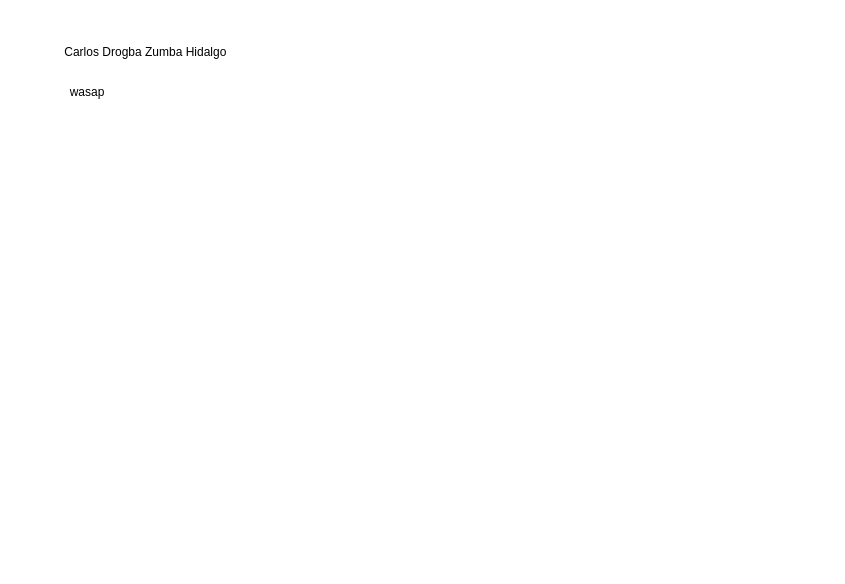
Earlier version of the draw.io diagram Ejerciciodeclase2.drawio (CarlosZumba16/Base-de-Datos-Unidad-1). Source tidied: cells renumbered, new cells numbered last; positions are measured from the earlier drawing's top-left corner, leaving out a move shared by most shapes. Both pictures are drawn from the tidied source at 100%, with x=0, y=0 at pixel (47, 37).
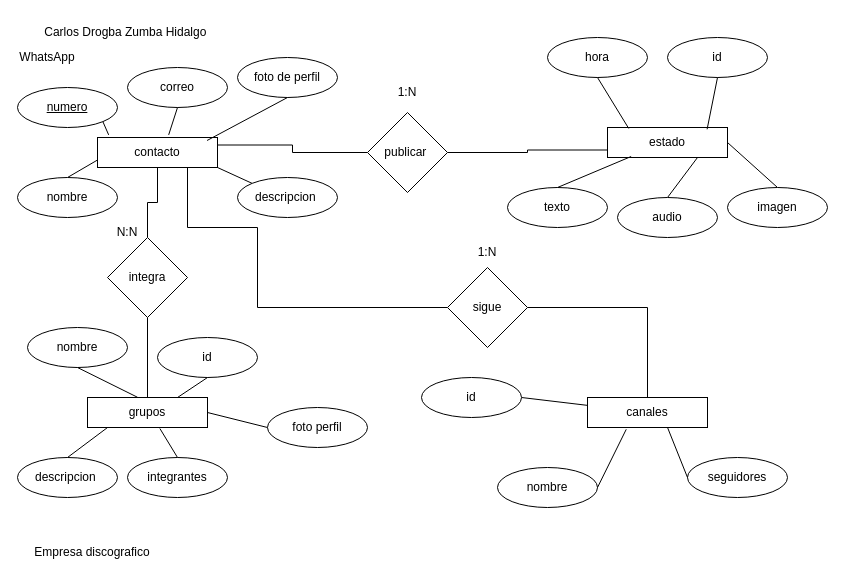
The same page after the edit.

What changed in the source:
```diff
@@
     <mxCell id="2" value="Carlos Drogba Zumba Hidalgo&amp;nbsp;" style="text;html=1;whiteSpace=wrap;strokeColor=none;fillColor=none;align=center;verticalAlign=middle;rounded=0;" parent="1" vertex="1">
-      <mxGeometry width="200" height="30" as="geometry" />
+      <mxGeometry x="-20" y="-20" width="200" height="30" as="geometry" />
     </mxCell>
-    <mxCell id="3" value="wasap" style="text;html=1;whiteSpace=wrap;strokeColor=none;fillColor=none;align=center;verticalAlign=middle;rounded=0;" parent="1" vertex="1">
-      <mxGeometry x="10" y="40" width="60" height="30" as="geometry" />
+    <mxCell id="3" value="WhatsApp" style="text;html=1;whiteSpace=wrap;strokeColor=none;fillColor=none;align=center;verticalAlign=middle;rounded=0;" parent="1" vertex="1">
+      <mxGeometry x="-30" y="5" width="60" height="30" as="geometry" />
     </mxCell>
+    <mxCell id="4" style="edgeStyle=orthogonalEdgeStyle;rounded=0;jettySize=auto;html=1;exitX=1;exitY=0.25;exitDx=0;exitDy=0;entryX=0;entryY=0.5;entryDx=0;entryDy=0;endArrow=none;endFill=0;" parent="1" edge="1" source="7" target="10">
+      <mxGeometry relative="1" as="geometry" />
+    </mxCell>
+    <mxCell id="5" style="edgeStyle=orthogonalEdgeStyle;rounded=0;jettySize=auto;html=1;exitX=0.5;exitY=1;exitDx=0;exitDy=0;entryX=0.5;entryY=0;entryDx=0;entryDy=0;endArrow=none;endFill=0;" parent="1" edge="1" source="7" target="16">
+      <mxGeometry relative="1" as="geometry" />
+    </mxCell>
+    <mxCell id="6" style="edgeStyle=orthogonalEdgeStyle;rounded=0;jettySize=auto;html=1;exitX=0.75;exitY=1;exitDx=0;exitDy=0;entryX=0;entryY=0.5;entryDx=0;entryDy=0;endArrow=none;endFill=0;" parent="1" edge="1" source="7" target="14">
+      <mxGeometry relative="1" as="geometry">
+        <Array as="points">
+          <mxPoint x="140" y="190" />
+          <mxPoint x="210" y="190" />
+          <mxPoint x="210" y="270" />
+        </Array>
+      </mxGeometry>
+    </mxCell>
+    <mxCell id="7" value="contacto" style="rounded=0;whiteSpace=wrap;html=1;" parent="1" vertex="1">
+      <mxGeometry x="50" y="100" width="120" height="30" as="geometry" />
+    </mxCell>
+    <mxCell id="8" value="estado" style="rounded=0;whiteSpace=wrap;html=1;" parent="1" vertex="1">
+      <mxGeometry x="560" y="90" width="120" height="30" as="geometry" />
+    </mxCell>
+    <mxCell id="9" style="edgeStyle=orthogonalEdgeStyle;rounded=0;jettySize=auto;html=1;exitX=1;exitY=0.5;exitDx=0;exitDy=0;entryX=0;entryY=0.75;entryDx=0;entryDy=0;endArrow=none;endFill=0;" parent="1" edge="1" source="10" target="8">
+      <mxGeometry relative="1" as="geometry" />
+    </mxCell>
+    <mxCell id="10" value="publicar&amp;nbsp;" style="rhombus;whiteSpace=wrap;html=1;" parent="1" vertex="1">
+      <mxGeometry x="320" y="75" width="80" height="80" as="geometry" />
+    </mxCell>
+    <mxCell id="11" value="canales" style="rounded=0;whiteSpace=wrap;html=1;" parent="1" vertex="1">
+      <mxGeometry x="540" y="360" width="120" height="30" as="geometry" />
+    </mxCell>
+    <mxCell id="12" value="grupos" style="rounded=0;whiteSpace=wrap;html=1;" parent="1" vertex="1">
+      <mxGeometry x="40" y="360" width="120" height="30" as="geometry" />
+    </mxCell>
+    <mxCell id="13" style="edgeStyle=orthogonalEdgeStyle;rounded=0;jettySize=auto;html=1;exitX=1;exitY=0.5;exitDx=0;exitDy=0;endArrow=none;endFill=0;" parent="1" edge="1" source="14" target="11">
+      <mxGeometry relative="1" as="geometry" />
+    </mxCell>
+    <mxCell id="14" value="sigue" style="rhombus;whiteSpace=wrap;html=1;" parent="1" vertex="1">
+      <mxGeometry x="400" y="230" width="80" height="80" as="geometry" />
+    </mxCell>
+    <mxCell id="15" style="edgeStyle=orthogonalEdgeStyle;rounded=0;jettySize=auto;html=1;exitX=0.5;exitY=1;exitDx=0;exitDy=0;endArrow=none;endFill=0;" parent="1" edge="1" source="16" target="12">
+      <mxGeometry relative="1" as="geometry" />
+    </mxCell>
+    <mxCell id="16" value="integra" style="rhombus;whiteSpace=wrap;html=1;" parent="1" vertex="1">
+      <mxGeometry x="60" y="200" width="80" height="80" as="geometry" />
+    </mxCell>
+    <mxCell id="17" value="1:N" style="text;html=1;whiteSpace=wrap;strokeColor=none;fillColor=none;align=center;verticalAlign=middle;rounded=0;" parent="1" vertex="1">
+      <mxGeometry x="330" y="40" width="60" height="30" as="geometry" />
+    </mxCell>
+    <mxCell id="18" value="1:N" style="text;html=1;whiteSpace=wrap;strokeColor=none;fillColor=none;align=center;verticalAlign=middle;rounded=0;" parent="1" vertex="1">
+      <mxGeometry x="410" y="200" width="60" height="30" as="geometry" />
+    </mxCell>
+    <mxCell id="19" value="N:N" style="text;html=1;whiteSpace=wrap;strokeColor=none;fillColor=none;align=center;verticalAlign=middle;rounded=0;" parent="1" vertex="1">
+      <mxGeometry x="50" y="180" width="60" height="30" as="geometry" />
+    </mxCell>
+    <mxCell id="20" value="&lt;u&gt;numero&lt;/u&gt;" style="ellipse;whiteSpace=wrap;html=1;align=center;newEdgeStyle={&quot;edgeStyle&quot;:&quot;entityRelationEdgeStyle&quot;,&quot;startArrow&quot;:&quot;none&quot;,&quot;endArrow&quot;:&quot;none&quot;,&quot;segment&quot;:10,&quot;curved&quot;:1,&quot;sourcePerimeterSpacing&quot;:0,&quot;targetPerimeterSpacing&quot;:0};" parent="1" vertex="1">
+      <mxGeometry x="-30" y="50" width="100" height="40" as="geometry" />
+    </mxCell>
+    <mxCell id="21" value="correo" style="ellipse;whiteSpace=wrap;html=1;align=center;newEdgeStyle={&quot;edgeStyle&quot;:&quot;entityRelationEdgeStyle&quot;,&quot;startArrow&quot;:&quot;none&quot;,&quot;endArrow&quot;:&quot;none&quot;,&quot;segment&quot;:10,&quot;curved&quot;:1,&quot;sourcePerimeterSpacing&quot;:0,&quot;targetPerimeterSpacing&quot;:0};" parent="1" vertex="1">
+      <mxGeometry x="80" y="30" width="100" height="40" as="geometry" />
+    </mxCell>
+    <mxCell id="22" style="rounded=0;jettySize=auto;html=1;startArrow=none;endArrow=none;segment=10;sourcePerimeterSpacing=0;targetPerimeterSpacing=0;exitX=0;exitY=0;exitDx=0;exitDy=0;entryX=1;entryY=1;entryDx=0;entryDy=0;" parent="1" edge="1" source="23" target="7">
+      <mxGeometry relative="1" as="geometry" />
+    </mxCell>
+    <mxCell id="23" value="descripcion&amp;nbsp;" style="ellipse;whiteSpace=wrap;html=1;align=center;newEdgeStyle={&quot;edgeStyle&quot;:&quot;entityRelationEdgeStyle&quot;,&quot;startArrow&quot;:&quot;none&quot;,&quot;endArrow&quot;:&quot;none&quot;,&quot;segment&quot;:10,&quot;curved&quot;:1,&quot;sourcePerimeterSpacing&quot;:0,&quot;targetPerimeterSpacing&quot;:0};" parent="1" vertex="1">
+      <mxGeometry x="190" y="140" width="100" height="40" as="geometry" />
+    </mxCell>
+    <mxCell id="24" value="foto de perfil" style="ellipse;whiteSpace=wrap;html=1;align=center;newEdgeStyle={&quot;edgeStyle&quot;:&quot;entityRelationEdgeStyle&quot;,&quot;startArrow&quot;:&quot;none&quot;,&quot;endArrow&quot;:&quot;none&quot;,&quot;segment&quot;:10,&quot;curved&quot;:1,&quot;sourcePerimeterSpacing&quot;:0,&quot;targetPerimeterSpacing&quot;:0};" parent="1" vertex="1">
+      <mxGeometry x="190" y="20" width="100" height="40" as="geometry" />
+    </mxCell>
+    <mxCell id="25" style="rounded=0;jettySize=auto;html=1;startArrow=none;endArrow=none;segment=10;sourcePerimeterSpacing=0;targetPerimeterSpacing=0;exitX=0.5;exitY=0;exitDx=0;exitDy=0;entryX=0;entryY=0.75;entryDx=0;entryDy=0;" parent="1" edge="1" source="26" target="7">
+      <mxGeometry relative="1" as="geometry" />
+    </mxCell>
+    <mxCell id="26" value="nombre" style="ellipse;whiteSpace=wrap;html=1;align=center;newEdgeStyle={&quot;edgeStyle&quot;:&quot;entityRelationEdgeStyle&quot;,&quot;startArrow&quot;:&quot;none&quot;,&quot;endArrow&quot;:&quot;none&quot;,&quot;segment&quot;:10,&quot;curved&quot;:1,&quot;sourcePerimeterSpacing&quot;:0,&quot;targetPerimeterSpacing&quot;:0};" parent="1" vertex="1">
+      <mxGeometry x="-30" y="140" width="100" height="40" as="geometry" />
+    </mxCell>
+    <mxCell id="27" style="rounded=0;jettySize=auto;html=1;startArrow=none;endArrow=none;segment=10;sourcePerimeterSpacing=0;targetPerimeterSpacing=0;exitX=1;exitY=1;exitDx=0;exitDy=0;entryX=0.093;entryY=-0.087;entryDx=0;entryDy=0;entryPerimeter=0;" parent="1" edge="1" source="20" target="7">
+      <mxGeometry relative="1" as="geometry" />
+    </mxCell>
+    <mxCell id="28" style="rounded=0;jettySize=auto;html=1;startArrow=none;endArrow=none;segment=10;sourcePerimeterSpacing=0;targetPerimeterSpacing=0;exitX=0.5;exitY=1;exitDx=0;exitDy=0;entryX=0.593;entryY=-0.087;entryDx=0;entryDy=0;entryPerimeter=0;" parent="1" edge="1" source="21" target="7">
+      <mxGeometry relative="1" as="geometry" />
+    </mxCell>
+    <mxCell id="29" style="rounded=0;jettySize=auto;html=1;startArrow=none;endArrow=none;segment=10;sourcePerimeterSpacing=0;targetPerimeterSpacing=0;exitX=0.5;exitY=1;exitDx=0;exitDy=0;entryX=0.913;entryY=0.1;entryDx=0;entryDy=0;entryPerimeter=0;" parent="1" edge="1" source="24" target="7">
+      <mxGeometry relative="1" as="geometry" />
+    </mxCell>
+    <mxCell id="30" value="id" style="ellipse;whiteSpace=wrap;html=1;align=center;newEdgeStyle={&quot;edgeStyle&quot;:&quot;entityRelationEdgeStyle&quot;,&quot;startArrow&quot;:&quot;none&quot;,&quot;endArrow&quot;:&quot;none&quot;,&quot;segment&quot;:10,&quot;curved&quot;:1,&quot;sourcePerimeterSpacing&quot;:0,&quot;targetPerimeterSpacing&quot;:0};" parent="1" vertex="1">
+      <mxGeometry x="620" width="100" height="40" as="geometry" />
+    </mxCell>
+    <mxCell id="31" value="hora" style="ellipse;whiteSpace=wrap;html=1;align=center;newEdgeStyle={&quot;edgeStyle&quot;:&quot;entityRelationEdgeStyle&quot;,&quot;startArrow&quot;:&quot;none&quot;,&quot;endArrow&quot;:&quot;none&quot;,&quot;segment&quot;:10,&quot;curved&quot;:1,&quot;sourcePerimeterSpacing&quot;:0,&quot;targetPerimeterSpacing&quot;:0};" parent="1" vertex="1">
+      <mxGeometry x="500" width="100" height="40" as="geometry" />
+    </mxCell>
+    <mxCell id="32" value="texto" style="ellipse;whiteSpace=wrap;html=1;align=center;newEdgeStyle={&quot;edgeStyle&quot;:&quot;entityRelationEdgeStyle&quot;,&quot;startArrow&quot;:&quot;none&quot;,&quot;endArrow&quot;:&quot;none&quot;,&quot;segment&quot;:10,&quot;curved&quot;:1,&quot;sourcePerimeterSpacing&quot;:0,&quot;targetPerimeterSpacing&quot;:0};" parent="1" vertex="1">
+      <mxGeometry x="460" y="150" width="100" height="40" as="geometry" />
+    </mxCell>
+    <mxCell id="33" style="rounded=0;jettySize=auto;html=1;startArrow=none;endArrow=none;segment=10;sourcePerimeterSpacing=0;targetPerimeterSpacing=0;exitX=0.5;exitY=0;exitDx=0;exitDy=0;entryX=0.75;entryY=1;entryDx=0;entryDy=0;" parent="1" edge="1" source="34" target="8">
+      <mxGeometry relative="1" as="geometry" />
+    </mxCell>
+    <mxCell id="34" value="audio" style="ellipse;whiteSpace=wrap;html=1;align=center;newEdgeStyle={&quot;edgeStyle&quot;:&quot;entityRelationEdgeStyle&quot;,&quot;startArrow&quot;:&quot;none&quot;,&quot;endArrow&quot;:&quot;none&quot;,&quot;segment&quot;:10,&quot;curved&quot;:1,&quot;sourcePerimeterSpacing&quot;:0,&quot;targetPerimeterSpacing&quot;:0};" parent="1" vertex="1">
+      <mxGeometry x="570" y="160" width="100" height="40" as="geometry" />
+    </mxCell>
+    <mxCell id="35" style="rounded=0;jettySize=auto;html=1;startArrow=none;endArrow=none;segment=10;sourcePerimeterSpacing=0;targetPerimeterSpacing=0;exitX=0.5;exitY=0;exitDx=0;exitDy=0;entryX=1;entryY=0.5;entryDx=0;entryDy=0;" parent="1" edge="1" source="36" target="8">
+      <mxGeometry relative="1" as="geometry" />
+    </mxCell>
+    <mxCell id="36" value="imagen" style="ellipse;whiteSpace=wrap;html=1;align=center;newEdgeStyle={&quot;edgeStyle&quot;:&quot;entityRelationEdgeStyle&quot;,&quot;startArrow&quot;:&quot;none&quot;,&quot;endArrow&quot;:&quot;none&quot;,&quot;segment&quot;:10,&quot;curved&quot;:1,&quot;sourcePerimeterSpacing&quot;:0,&quot;targetPerimeterSpacing&quot;:0};" parent="1" vertex="1">
+      <mxGeometry x="680" y="150" width="100" height="40" as="geometry" />
+    </mxCell>
+    <mxCell id="37" style="rounded=0;jettySize=auto;html=1;startArrow=none;endArrow=none;segment=10;sourcePerimeterSpacing=0;targetPerimeterSpacing=0;exitX=0.5;exitY=1;exitDx=0;exitDy=0;entryX=0.177;entryY=0.033;entryDx=0;entryDy=0;entryPerimeter=0;" parent="1" edge="1" source="31" target="8">
+      <mxGeometry relative="1" as="geometry" />
+    </mxCell>
+    <mxCell id="38" style="rounded=0;jettySize=auto;html=1;startArrow=none;endArrow=none;segment=10;sourcePerimeterSpacing=0;targetPerimeterSpacing=0;exitX=0.5;exitY=1;exitDx=0;exitDy=0;entryX=0.83;entryY=0.06;entryDx=0;entryDy=0;entryPerimeter=0;" parent="1" edge="1" source="30" target="8">
+      <mxGeometry relative="1" as="geometry" />
+    </mxCell>
+    <mxCell id="39" style="rounded=0;jettySize=auto;html=1;startArrow=none;endArrow=none;segment=10;sourcePerimeterSpacing=0;targetPerimeterSpacing=0;exitX=0.5;exitY=0;exitDx=0;exitDy=0;entryX=0.197;entryY=0.967;entryDx=0;entryDy=0;entryPerimeter=0;" parent="1" edge="1" source="32" target="8">
+      <mxGeometry relative="1" as="geometry" />
+    </mxCell>
+    <mxCell id="40" value="id" style="ellipse;whiteSpace=wrap;html=1;align=center;newEdgeStyle={&quot;edgeStyle&quot;:&quot;entityRelationEdgeStyle&quot;,&quot;startArrow&quot;:&quot;none&quot;,&quot;endArrow&quot;:&quot;none&quot;,&quot;segment&quot;:10,&quot;curved&quot;:1,&quot;sourcePerimeterSpacing&quot;:0,&quot;targetPerimeterSpacing&quot;:0};" parent="1" vertex="1">
+      <mxGeometry x="110" y="300" width="100" height="40" as="geometry" />
+    </mxCell>
+    <mxCell id="41" value="nombre" style="ellipse;whiteSpace=wrap;html=1;align=center;newEdgeStyle={&quot;edgeStyle&quot;:&quot;entityRelationEdgeStyle&quot;,&quot;startArrow&quot;:&quot;none&quot;,&quot;endArrow&quot;:&quot;none&quot;,&quot;segment&quot;:10,&quot;curved&quot;:1,&quot;sourcePerimeterSpacing&quot;:0,&quot;targetPerimeterSpacing&quot;:0};" parent="1" vertex="1">
+      <mxGeometry x="-20" y="290" width="100" height="40" as="geometry" />
+    </mxCell>
+    <mxCell id="42" value="descripcion&amp;nbsp;" style="ellipse;whiteSpace=wrap;html=1;align=center;newEdgeStyle={&quot;edgeStyle&quot;:&quot;entityRelationEdgeStyle&quot;,&quot;startArrow&quot;:&quot;none&quot;,&quot;endArrow&quot;:&quot;none&quot;,&quot;segment&quot;:10,&quot;curved&quot;:1,&quot;sourcePerimeterSpacing&quot;:0,&quot;targetPerimeterSpacing&quot;:0};" parent="1" vertex="1">
+      <mxGeometry x="-30" y="420" width="100" height="40" as="geometry" />
+    </mxCell>
+    <mxCell id="43" value="integrantes" style="ellipse;whiteSpace=wrap;html=1;align=center;newEdgeStyle={&quot;edgeStyle&quot;:&quot;entityRelationEdgeStyle&quot;,&quot;startArrow&quot;:&quot;none&quot;,&quot;endArrow&quot;:&quot;none&quot;,&quot;segment&quot;:10,&quot;curved&quot;:1,&quot;sourcePerimeterSpacing&quot;:0,&quot;targetPerimeterSpacing&quot;:0};" parent="1" vertex="1">
+      <mxGeometry x="80" y="420" width="100" height="40" as="geometry" />
+    </mxCell>
+    <mxCell id="44" style="rounded=0;jettySize=auto;html=1;startArrow=none;endArrow=none;segment=10;sourcePerimeterSpacing=0;targetPerimeterSpacing=0;exitX=0;exitY=0.5;exitDx=0;exitDy=0;entryX=1;entryY=0.5;entryDx=0;entryDy=0;" parent="1" edge="1" source="45" target="12">
+      <mxGeometry relative="1" as="geometry" />
+    </mxCell>
+    <mxCell id="45" value="foto perfil" style="ellipse;whiteSpace=wrap;html=1;align=center;newEdgeStyle={&quot;edgeStyle&quot;:&quot;entityRelationEdgeStyle&quot;,&quot;startArrow&quot;:&quot;none&quot;,&quot;endArrow&quot;:&quot;none&quot;,&quot;segment&quot;:10,&quot;curved&quot;:1,&quot;sourcePerimeterSpacing&quot;:0,&quot;targetPerimeterSpacing&quot;:0};" parent="1" vertex="1">
+      <mxGeometry x="220" y="370" width="100" height="40" as="geometry" />
+    </mxCell>
+    <mxCell id="46" style="rounded=0;jettySize=auto;html=1;startArrow=none;endArrow=none;segment=10;sourcePerimeterSpacing=0;targetPerimeterSpacing=0;exitX=0.5;exitY=1;exitDx=0;exitDy=0;entryX=0.75;entryY=0;entryDx=0;entryDy=0;" parent="1" edge="1" source="40" target="12">
+      <mxGeometry relative="1" as="geometry" />
+    </mxCell>
+    <mxCell id="47" style="rounded=0;jettySize=auto;html=1;startArrow=none;endArrow=none;segment=10;sourcePerimeterSpacing=0;targetPerimeterSpacing=0;exitX=0.5;exitY=1;exitDx=0;exitDy=0;entryX=0.417;entryY=-0.007;entryDx=0;entryDy=0;entryPerimeter=0;" parent="1" edge="1" source="41" target="12">
+      <mxGeometry relative="1" as="geometry" />
+    </mxCell>
+    <mxCell id="48" style="rounded=0;jettySize=auto;html=1;startArrow=none;endArrow=none;segment=10;sourcePerimeterSpacing=0;targetPerimeterSpacing=0;exitX=0.5;exitY=0;exitDx=0;exitDy=0;entryX=0.167;entryY=1;entryDx=0;entryDy=0;entryPerimeter=0;" parent="1" edge="1" source="42" target="12">
+      <mxGeometry relative="1" as="geometry" />
+    </mxCell>
+    <mxCell id="49" style="rounded=0;jettySize=auto;html=1;startArrow=none;endArrow=none;segment=10;sourcePerimeterSpacing=0;targetPerimeterSpacing=0;exitX=0.5;exitY=0;exitDx=0;exitDy=0;entryX=0.603;entryY=1.033;entryDx=0;entryDy=0;entryPerimeter=0;" parent="1" edge="1" source="43" target="12">
+      <mxGeometry relative="1" as="geometry" />
+    </mxCell>
+    <mxCell id="50" style="rounded=0;jettySize=auto;html=1;startArrow=none;endArrow=none;segment=10;sourcePerimeterSpacing=0;targetPerimeterSpacing=0;exitX=1;exitY=0.5;exitDx=0;exitDy=0;" parent="1" edge="1" source="51" target="11">
+      <mxGeometry relative="1" as="geometry" />
+    </mxCell>
+    <mxCell id="51" value="id" style="ellipse;whiteSpace=wrap;html=1;align=center;newEdgeStyle={&quot;edgeStyle&quot;:&quot;entityRelationEdgeStyle&quot;,&quot;startArrow&quot;:&quot;none&quot;,&quot;endArrow&quot;:&quot;none&quot;,&quot;segment&quot;:10,&quot;curved&quot;:1,&quot;sourcePerimeterSpacing&quot;:0,&quot;targetPerimeterSpacing&quot;:0};" parent="1" vertex="1">
+      <mxGeometry x="374" y="340" width="100" height="40" as="geometry" />
+    </mxCell>
+    <mxCell id="52" value="nombre" style="ellipse;whiteSpace=wrap;html=1;align=center;newEdgeStyle={&quot;edgeStyle&quot;:&quot;entityRelationEdgeStyle&quot;,&quot;startArrow&quot;:&quot;none&quot;,&quot;endArrow&quot;:&quot;none&quot;,&quot;segment&quot;:10,&quot;curved&quot;:1,&quot;sourcePerimeterSpacing&quot;:0,&quot;targetPerimeterSpacing&quot;:0};" parent="1" vertex="1">
+      <mxGeometry x="450" y="430" width="100" height="40" as="geometry" />
+    </mxCell>
+    <mxCell id="53" value="seguidores" style="ellipse;whiteSpace=wrap;html=1;align=center;newEdgeStyle={&quot;edgeStyle&quot;:&quot;entityRelationEdgeStyle&quot;,&quot;startArrow&quot;:&quot;none&quot;,&quot;endArrow&quot;:&quot;none&quot;,&quot;segment&quot;:10,&quot;curved&quot;:1,&quot;sourcePerimeterSpacing&quot;:0,&quot;targetPerimeterSpacing&quot;:0};" parent="1" vertex="1">
+      <mxGeometry x="640" y="420" width="100" height="40" as="geometry" />
+    </mxCell>
+    <mxCell id="54" style="rounded=0;jettySize=auto;html=1;startArrow=none;endArrow=none;segment=10;sourcePerimeterSpacing=0;targetPerimeterSpacing=0;exitX=1;exitY=0.5;exitDx=0;exitDy=0;entryX=0.323;entryY=1.06;entryDx=0;entryDy=0;entryPerimeter=0;" parent="1" edge="1" source="52" target="11">
+      <mxGeometry relative="1" as="geometry" />
+    </mxCell>
+    <mxCell id="55" style="rounded=0;jettySize=auto;html=1;startArrow=none;endArrow=none;segment=10;sourcePerimeterSpacing=0;targetPerimeterSpacing=0;exitX=0;exitY=0.5;exitDx=0;exitDy=0;entryX=0.667;entryY=1;entryDx=0;entryDy=0;entryPerimeter=0;" parent="1" edge="1" source="53" target="11">
+      <mxGeometry relative="1" as="geometry" />
+    </mxCell>
+    <mxCell id="56" value="Empresa discografico" style="text;html=1;whiteSpace=wrap;strokeColor=none;fillColor=none;align=center;verticalAlign=middle;rounded=0;" parent="1" vertex="1">
+      <mxGeometry x="-30" y="500" width="150" height="30" as="geometry" />
+    </mxCell>
```
